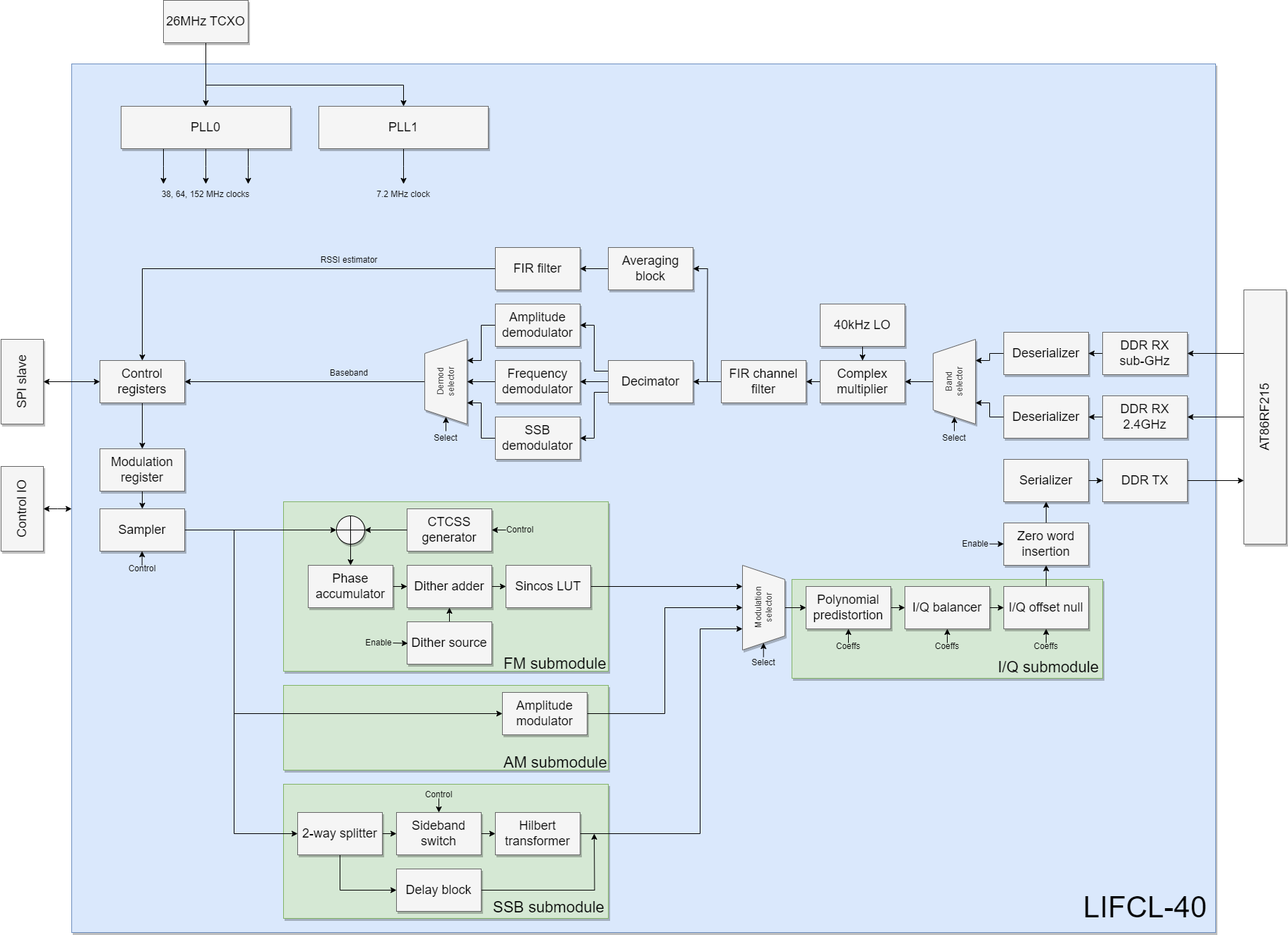
Before: docs/OpenHT-fpga.drawio.png, a diagram exported from draw.io (M17-Project/OpenHT-fpga). Source tidied: cells renumbered, new cells last; positions are measured from the earlier drawing's top-left corner, leaving out a move shared by most shapes.
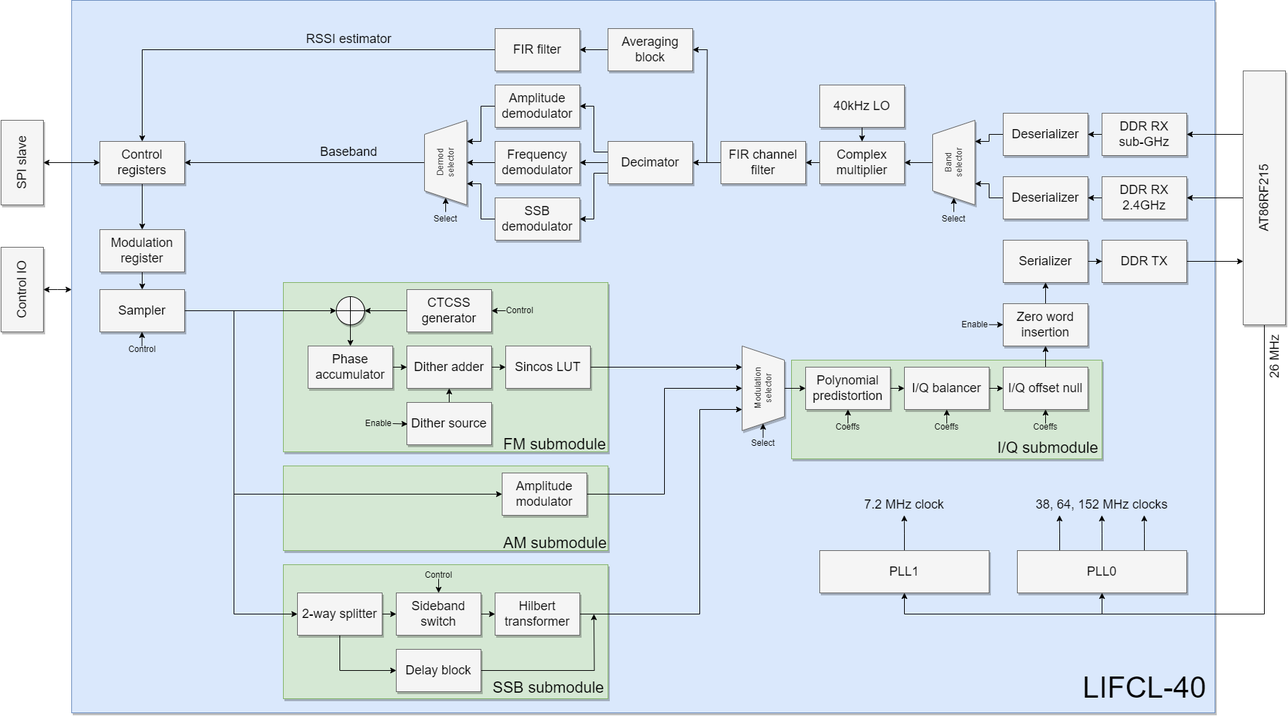
Above is the later version.

Diff of the diagram source:
```diff
@@ -3,7 +3,7 @@
     <mxCell id="0" style="html=1;" />
     <mxCell id="1" style="html=1;" parent="0" />
     <mxCell id="2" style="rounded=0;whiteSpace=wrap;html=1;shadow=1;glass=0;fillColor=#dae8fc;strokeColor=#6c8ebf;" parent="1" vertex="1">
-      <mxGeometry x="130" y="90" width="1620" height="1230" as="geometry" />
+      <mxGeometry x="130" y="310" width="1620" height="1010" as="geometry" />
     </mxCell>
     <mxCell id="3" style="rounded=0;whiteSpace=wrap;html=1;fillColor=#d5e8d4;strokeColor=#82b366;shadow=1;" parent="1" vertex="1">
       <mxGeometry x="1150" y="820" width="440" height="140" as="geometry" />
@@ -29,40 +29,24 @@
     <mxCell id="10" value="DDR TX" style="whiteSpace=wrap;html=1;shadow=1;fontSize=18;fillColor=#f5f5f5;strokeColor=#666666;" parent="1" vertex="1">
       <mxGeometry x="1590" y="650" width="120" height="60" as="geometry" />
     </mxCell>
-    <mxCell id="11" style="edgeStyle=orthogonalEdgeStyle;rounded=0;jettySize=auto;html=1;exitX=0.5;exitY=1;exitDx=0;exitDy=0;entryX=0.5;entryY=0;entryDx=0;entryDy=0;" parent="1" edge="1" source="14">
-      <mxGeometry relative="1" as="geometry">
-        <mxPoint x="320" y="260" as="targetPoint" />
-      </mxGeometry>
-    </mxCell>
-    <mxCell id="12" style="edgeStyle=orthogonalEdgeStyle;rounded=0;jettySize=auto;html=1;exitX=0.25;exitY=1;exitDx=0;exitDy=0;entryX=0.25;entryY=0;entryDx=0;entryDy=0;" parent="1" edge="1" source="14">
-      <mxGeometry relative="1" as="geometry">
-        <mxPoint x="260" y="260" as="targetPoint" />
-      </mxGeometry>
-    </mxCell>
-    <mxCell id="13" style="edgeStyle=orthogonalEdgeStyle;rounded=0;jettySize=auto;html=1;exitX=0.75;exitY=1;exitDx=0;exitDy=0;entryX=0.75;entryY=0;entryDx=0;entryDy=0;" parent="1" edge="1" source="14">
-      <mxGeometry relative="1" as="geometry">
-        <mxPoint x="380" y="260" as="targetPoint" />
-      </mxGeometry>
-    </mxCell>
+    <mxCell id="134" style="edgeStyle=orthogonalEdgeStyle;rounded=0;jettySize=auto;html=1;exitX=0.5;exitY=0;exitDx=0;exitDy=0;" parent="1" edge="1" source="14">
+      <mxGeometry relative="1" as="geometry">
+        <mxPoint x="1309.8" y="1040" as="targetPoint" />
+      </mxGeometry>
+    </mxCell>
+    <mxCell id="135" style="edgeStyle=orthogonalEdgeStyle;rounded=0;jettySize=auto;html=1;exitX=0.5;exitY=1;exitDx=0;exitDy=0;startArrow=classic;startFill=1;endArrow=none;endFill=0;" parent="1" edge="1" source="14">
+      <mxGeometry relative="1" as="geometry">
+        <mxPoint x="1590" y="1180" as="targetPoint" />
+        <Array as="points">
+          <mxPoint x="1310" y="1180" />
+        </Array>
+      </mxGeometry>
+    </mxCell>
-    <mxCell id="14" value="PLL0" style="whiteSpace=wrap;html=1;shadow=1;fontSize=18;fillColor=#f5f5f5;strokeColor=#666666;" parent="1" vertex="1">
-      <mxGeometry x="200" y="150" width="240" height="60" as="geometry" />
+    <mxCell id="14" value="PLL1" style="whiteSpace=wrap;html=1;shadow=1;fontSize=18;fillColor=#f5f5f5;strokeColor=#666666;direction=east;" parent="1" vertex="1">
+      <mxGeometry x="1190" y="1090" width="240" height="60" as="geometry" />
     </mxCell>
-    <mxCell id="15" style="edgeStyle=orthogonalEdgeStyle;rounded=0;jettySize=auto;html=1;" parent="1" edge="1" source="17" target="14">
-      <mxGeometry relative="1" as="geometry" />
-    </mxCell>
-    <mxCell id="16" style="edgeStyle=orthogonalEdgeStyle;rounded=0;jettySize=auto;html=1;exitX=0.5;exitY=1;exitDx=0;exitDy=0;entryX=0.5;entryY=0;entryDx=0;entryDy=0;" parent="1" edge="1" source="17" target="93">
-      <mxGeometry relative="1" as="geometry">
-        <Array as="points">
-          <mxPoint x="320" y="120" />
-          <mxPoint x="600" y="120" />
-        </Array>
-      </mxGeometry>
-    </mxCell>
-    <mxCell id="17" value="26MHz TCXO" style="whiteSpace=wrap;html=1;fontSize=18;fillColor=#f5f5f5;strokeColor=#666666;shadow=1;" parent="1" vertex="1">
-      <mxGeometry x="260" width="120" height="60" as="geometry" />
-    </mxCell>
-    <mxCell id="18" value="38, 64, 152 MHz clocks" style="text;html=1;strokeColor=none;fillColor=none;align=center;verticalAlign=middle;whiteSpace=wrap;rounded=0;" parent="1" vertex="1">
-      <mxGeometry x="220" y="260" width="200" height="30" as="geometry" />
+    <mxCell id="18" value="&lt;font style=&quot;font-size: 18px;&quot;&gt;7.2 MHz clock&lt;/font&gt;" style="text;html=1;strokeColor=none;fillColor=none;align=center;verticalAlign=middle;whiteSpace=wrap;rounded=0;direction=east;" parent="1" vertex="1">
+      <mxGeometry x="1210" y="1010" width="200" height="30" as="geometry" />
     </mxCell>
     <mxCell id="19" style="edgeStyle=orthogonalEdgeStyle;rounded=0;jettySize=auto;html=1;exitX=1;exitY=0.5;exitDx=0;exitDy=0;startArrow=none;startFill=0;endArrow=classic;endFill=1;" parent="1" edge="1" source="20" target="27">
       <mxGeometry relative="1" as="geometry" />
@@ -76,6 +60,14 @@
     <mxCell id="22" style="edgeStyle=orthogonalEdgeStyle;rounded=0;jettySize=auto;html=1;exitX=0.5;exitY=0;exitDx=0;exitDy=0;entryX=1;entryY=0.5;entryDx=0;entryDy=0;" parent="1" edge="1" source="23" target="8">
       <mxGeometry relative="1" as="geometry" />
     </mxCell>
+    <mxCell id="136" style="edgeStyle=orthogonalEdgeStyle;rounded=0;jettySize=auto;html=1;exitX=0;exitY=0.5;exitDx=0;exitDy=0;entryX=0.5;entryY=1;entryDx=0;entryDy=0;" parent="1" edge="1" source="23" target="93">
+      <mxGeometry relative="1" as="geometry">
+        <Array as="points">
+          <mxPoint x="1820" y="1180" />
+          <mxPoint x="1590" y="1180" />
+        </Array>
+      </mxGeometry>
+    </mxCell>
     <mxCell id="23" value="AT86RF215" style="whiteSpace=wrap;html=1;shadow=1;fontSize=18;fillColor=#f5f5f5;strokeColor=#666666;rotation=-90;" parent="1" vertex="1">
       <mxGeometry x="1640" y="560" width="360" height="60" as="geometry" />
     </mxCell>
@@ -313,16 +305,26 @@
     <mxCell id="91" value="I/Q submodule" style="text;html=1;strokeColor=none;fillColor=none;align=left;verticalAlign=middle;whiteSpace=wrap;rounded=0;fontSize=22;" parent="1" vertex="1">
       <mxGeometry x="1440" y="930" width="250" height="30" as="geometry" />
     </mxCell>
-    <mxCell id="92" style="edgeStyle=orthogonalEdgeStyle;rounded=0;jettySize=auto;html=1;exitX=0.5;exitY=1;exitDx=0;exitDy=0;entryX=0.5;entryY=0;entryDx=0;entryDy=0;" parent="1" edge="1" source="93">
-      <mxGeometry relative="1" as="geometry">
-        <mxPoint x="600" y="260" as="targetPoint" />
-      </mxGeometry>
-    </mxCell>
+    <mxCell id="137" style="edgeStyle=orthogonalEdgeStyle;rounded=0;jettySize=auto;html=1;exitX=0.25;exitY=0;exitDx=0;exitDy=0;" parent="1" edge="1" source="93">
+      <mxGeometry relative="1" as="geometry">
+        <mxPoint x="1529.8" y="1040" as="targetPoint" />
+      </mxGeometry>
+    </mxCell>
+    <mxCell id="138" style="edgeStyle=orthogonalEdgeStyle;rounded=0;jettySize=auto;html=1;exitX=0.5;exitY=0;exitDx=0;exitDy=0;" parent="1" edge="1" source="93">
+      <mxGeometry relative="1" as="geometry">
+        <mxPoint x="1589.8" y="1040" as="targetPoint" />
+      </mxGeometry>
+    </mxCell>
+    <mxCell id="139" style="edgeStyle=orthogonalEdgeStyle;rounded=0;jettySize=auto;html=1;exitX=0.75;exitY=0;exitDx=0;exitDy=0;" parent="1" edge="1" source="93">
+      <mxGeometry relative="1" as="geometry">
+        <mxPoint x="1649.8" y="1040" as="targetPoint" />
+      </mxGeometry>
+    </mxCell>
-    <mxCell id="93" value="PLL1" style="whiteSpace=wrap;html=1;shadow=1;fontSize=18;fillColor=#f5f5f5;strokeColor=#666666;" parent="1" vertex="1">
-      <mxGeometry x="480" y="150" width="240" height="60" as="geometry" />
+    <mxCell id="93" value="PLL0" style="whiteSpace=wrap;html=1;shadow=1;fontSize=18;fillColor=#f5f5f5;strokeColor=#666666;direction=east;" parent="1" vertex="1">
+      <mxGeometry x="1470" y="1090" width="240" height="60" as="geometry" />
     </mxCell>
-    <mxCell id="94" value="7.2 MHz clock" style="text;html=1;strokeColor=none;fillColor=none;align=center;verticalAlign=middle;whiteSpace=wrap;rounded=0;" parent="1" vertex="1">
-      <mxGeometry x="500" y="260" width="200" height="30" as="geometry" />
+    <mxCell id="94" value="&lt;font style=&quot;font-size: 18px;&quot;&gt;38, 64, 152 MHz clocks&lt;/font&gt;" style="text;html=1;strokeColor=none;fillColor=none;align=center;verticalAlign=middle;whiteSpace=wrap;rounded=0;direction=east;" parent="1" vertex="1">
+      <mxGeometry x="1490" y="1010" width="200" height="30" as="geometry" />
     </mxCell>
     <mxCell id="95" value="CTCSS generator" style="whiteSpace=wrap;html=1;shadow=1;fontSize=18;fillColor=#f5f5f5;strokeColor=#666666;" parent="1" vertex="1">
       <mxGeometry x="605" y="720" width="120" height="60" as="geometry" />
@@ -466,11 +468,14 @@
     <mxCell id="131" value="Averaging block" style="whiteSpace=wrap;html=1;shadow=1;fontSize=18;fillColor=#f5f5f5;strokeColor=#666666;glass=0;" parent="1" vertex="1">
       <mxGeometry x="890" y="350" width="120" height="60" as="geometry" />
     </mxCell>
-    <mxCell id="132" value="RSSI estimator" style="text;html=1;strokeColor=none;fillColor=none;align=center;verticalAlign=middle;whiteSpace=wrap;rounded=0;" parent="1" vertex="1">
-      <mxGeometry x="423" y="353" width="200" height="30" as="geometry" />
+    <mxCell id="132" value="&lt;font style=&quot;font-size: 18px;&quot;&gt;RSSI estimator&lt;/font&gt;" style="text;html=1;strokeColor=none;fillColor=none;align=center;verticalAlign=middle;whiteSpace=wrap;rounded=0;" parent="1" vertex="1">
+      <mxGeometry x="423" y="350" width="200" height="30" as="geometry" />
     </mxCell>
-    <mxCell id="133" value="Baseband" style="text;html=1;strokeColor=none;fillColor=none;align=center;verticalAlign=middle;whiteSpace=wrap;rounded=0;" parent="1" vertex="1">
-      <mxGeometry x="423" y="513" width="200" height="30" as="geometry" />
+    <mxCell id="133" value="&lt;font style=&quot;font-size: 18px;&quot;&gt;Baseband&lt;/font&gt;" style="text;html=1;strokeColor=none;fillColor=none;align=center;verticalAlign=middle;whiteSpace=wrap;rounded=0;" parent="1" vertex="1">
+      <mxGeometry x="423" y="510" width="200" height="30" as="geometry" />
     </mxCell>
+    <mxCell id="140" value="&lt;font style=&quot;font-size: 18px;&quot;&gt;26 MHz&lt;/font&gt;" style="text;html=1;strokeColor=none;fillColor=none;align=center;verticalAlign=middle;whiteSpace=wrap;rounded=0;rotation=270;" parent="1" vertex="1">
+      <mxGeometry x="1800" y="800" width="70" height="30" as="geometry" />
+    </mxCell>
   </root>
 </mxGraphModel>
```
